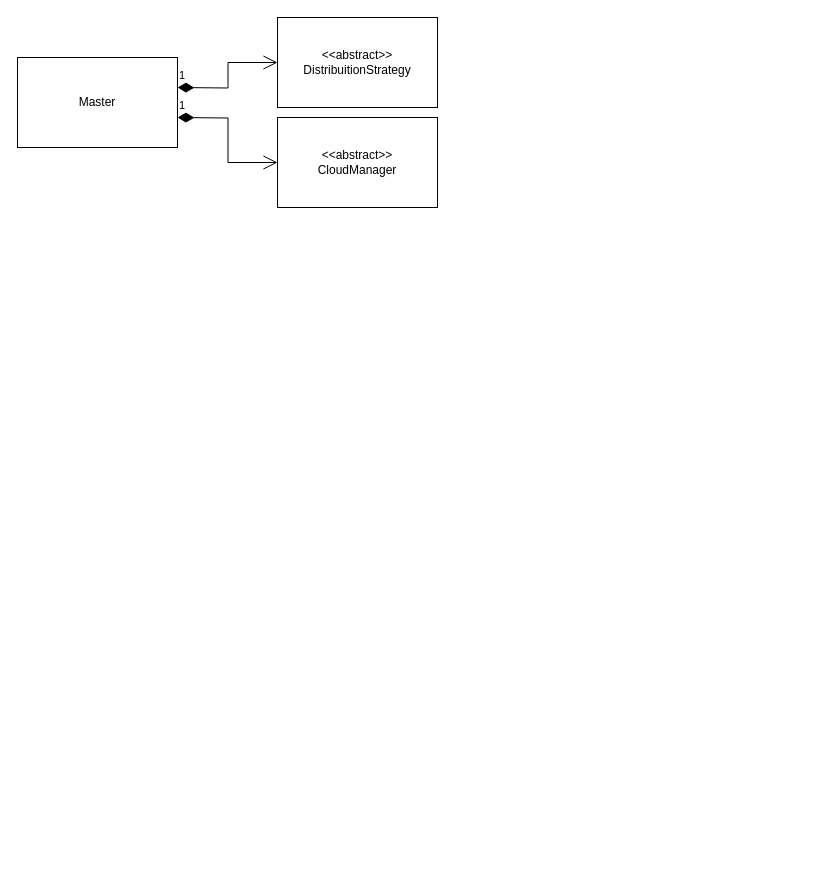
viniolvs/mwfaas keeps this draw.io diagram as docs/mwfaas.drawio. Above is the earlier version. Source tidied: cells renumbered, new cells numbered last; positions are measured from the earlier drawing's top-left corner, leaving out a move shared by most shapes. Both pictures are drawn from the tidied source at 100%, with x=0, y=0 at pixel (17, 17).
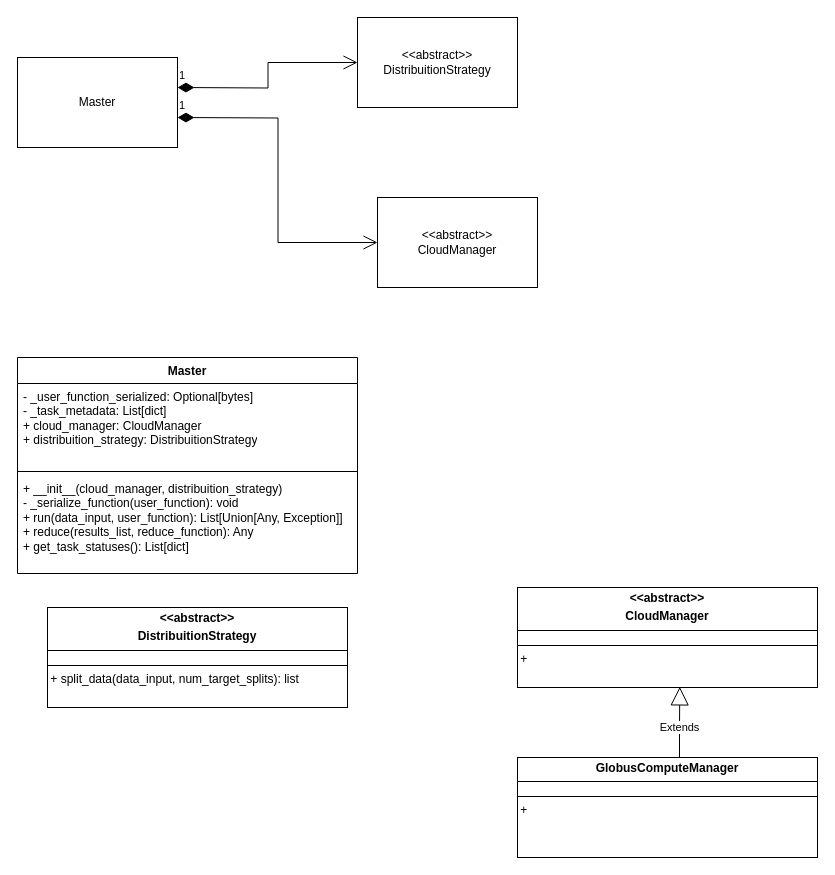
The same diagram, later.

Change to the diagram source:
```diff
@@
 <mxGraphModel>
   <root>
     <mxCell id="0" />
     <mxCell id="1" parent="0" />
     <mxCell id="2" value="Master" style="html=1;whiteSpace=wrap;" parent="1" vertex="1">
       <mxGeometry y="40" width="160" height="90" as="geometry" />
     </mxCell>
     <mxCell id="3" value="&amp;lt;&amp;lt;abstract&amp;gt;&amp;gt;&lt;br&gt;DistribuitionStrategy" style="html=1;whiteSpace=wrap;" parent="1" vertex="1">
-      <mxGeometry x="260" width="160" height="90" as="geometry" />
+      <mxGeometry x="340" width="160" height="90" as="geometry" />
     </mxCell>
     <mxCell id="4" value="&amp;lt;&amp;lt;abstract&amp;gt;&amp;gt;&lt;br&gt;CloudManager" style="html=1;whiteSpace=wrap;" parent="1" vertex="1">
-      <mxGeometry x="260" y="100" width="160" height="90" as="geometry" />
+      <mxGeometry x="360" y="180" width="160" height="90" as="geometry" />
     </mxCell>
     <mxCell id="5" value="1" style="endArrow=open;html=1;endSize=12;startArrow=diamondThin;startSize=14;startFill=1;edgeStyle=orthogonalEdgeStyle;align=left;verticalAlign=bottom;rounded=0;entryX=0;entryY=0.5;entryDx=0;entryDy=0;" parent="1" edge="1" target="4">
       <mxGeometry x="-1" y="3" relative="1" as="geometry">
         <mxPoint x="160" y="100" as="sourcePoint" />
       </mxGeometry>
     </mxCell>
     <mxCell id="6" value="1" style="endArrow=open;html=1;endSize=12;startArrow=diamondThin;startSize=14;startFill=1;edgeStyle=orthogonalEdgeStyle;align=left;verticalAlign=bottom;rounded=0;entryX=0;entryY=0.5;entryDx=0;entryDy=0;" parent="1" edge="1" target="3">
       <mxGeometry x="-1" y="3" relative="1" as="geometry">
         <mxPoint x="160" y="70" as="sourcePoint" />
       </mxGeometry>
     </mxCell>
+    <mxCell id="7" value="Master" style="swimlane;fontStyle=1;align=center;verticalAlign=top;horizontal=1;startSize=26;whiteSpace=wrap;html=1;" parent="1" vertex="1">
+      <mxGeometry y="340" width="340" height="216" as="geometry" />
+    </mxCell>
+    <mxCell id="8" value="- _user_function_serialized: Optional[bytes]&lt;div&gt;- _task_metadata: List[dict]&lt;/div&gt;&lt;div&gt;+ cloud_manager: CloudManager&lt;/div&gt;&lt;div&gt;+ distribuition_strategy: DistribuitionStrategy&lt;/div&gt;" style="text;strokeColor=none;fillColor=none;align=left;verticalAlign=top;spacingLeft=4;spacingRight=4;overflow=hidden;whiteSpace=wrap;html=1;" parent="7" vertex="1">
+      <mxGeometry y="26" width="340" height="84" as="geometry" />
+    </mxCell>
+    <mxCell id="9" style="line;strokeWidth=1;fillColor=none;align=left;verticalAlign=middle;spacingTop=-1;spacingLeft=3;spacingRight=3;labelPosition=right;strokeColor=inherit;" parent="7" vertex="1">
+      <mxGeometry y="110" width="340" height="8" as="geometry" />
+    </mxCell>
+    <mxCell id="10" value="+ __init__(cloud_manager, distribuition_strategy)&lt;div&gt;- _serialize_function(user_function): void&lt;/div&gt;&lt;div&gt;+ run(data_input, user_function): List[Union[Any, Exception]]&lt;/div&gt;&lt;div&gt;+ reduce(results_list, reduce_function): Any&lt;/div&gt;&lt;div&gt;+ get_task_statuses(): List[dict]&lt;/div&gt;" style="text;strokeColor=none;fillColor=none;align=left;verticalAlign=top;spacingLeft=4;spacingRight=4;overflow=hidden;whiteSpace=wrap;html=1;" parent="7" vertex="1">
+      <mxGeometry y="118" width="340" height="98" as="geometry" />
+    </mxCell>
+    <mxCell id="11" value="&lt;p style=&quot;margin:0px;margin-top:4px;text-align:center;&quot;&gt;&lt;b&gt;&amp;lt;&amp;lt;abstract&amp;gt;&amp;gt;&lt;/b&gt;&lt;/p&gt;&lt;p style=&quot;margin:0px;margin-top:4px;text-align:center;&quot;&gt;&lt;b&gt;DistribuitionStrategy&lt;/b&gt;&lt;/p&gt;&lt;hr size=&quot;1&quot; style=&quot;border-style:solid;&quot;&gt;&lt;div style=&quot;height:2px;&quot;&gt;&lt;/div&gt;&lt;hr size=&quot;1&quot; style=&quot;border-style:solid;&quot;&gt;&lt;div style=&quot;height:2px;&quot;&gt;&amp;nbsp;+ split_data(data_input, num_target_splits): list&lt;span style=&quot;white-space: pre;&quot;&gt;&#9;&lt;/span&gt;&amp;nbsp;&lt;/div&gt;" style="verticalAlign=top;align=left;overflow=fill;html=1;whiteSpace=wrap;" parent="1" vertex="1">
+      <mxGeometry x="30" y="590" width="300" height="100" as="geometry" />
+    </mxCell>
+    <mxCell id="12" value="&lt;p style=&quot;margin:0px;margin-top:4px;text-align:center;&quot;&gt;&lt;b&gt;&amp;lt;&amp;lt;abstract&amp;gt;&amp;gt;&lt;/b&gt;&lt;/p&gt;&lt;p style=&quot;margin:0px;margin-top:4px;text-align:center;&quot;&gt;&lt;b&gt;CloudManager&lt;/b&gt;&lt;/p&gt;&lt;hr size=&quot;1&quot; style=&quot;border-style:solid;&quot;&gt;&lt;div style=&quot;height:2px;&quot;&gt;&lt;/div&gt;&lt;hr size=&quot;1&quot; style=&quot;border-style:solid;&quot;&gt;&lt;div style=&quot;height:2px;&quot;&gt;&amp;nbsp;+&lt;span style=&quot;white-space: pre;&quot;&gt;&#9;&lt;/span&gt;&amp;nbsp;&lt;/div&gt;" style="verticalAlign=top;align=left;overflow=fill;html=1;whiteSpace=wrap;" parent="1" vertex="1">
+      <mxGeometry x="500" y="570" width="300" height="100" as="geometry" />
+    </mxCell>
+    <mxCell id="13" value="&lt;p style=&quot;margin:0px;margin-top:4px;text-align:center;&quot;&gt;&lt;b style=&quot;background-color: transparent; color: light-dark(rgb(0, 0, 0), rgb(255, 255, 255));&quot;&gt;GlobusComputeManager&lt;/b&gt;&lt;/p&gt;&lt;hr size=&quot;1&quot; style=&quot;border-style:solid;&quot;&gt;&lt;div style=&quot;height:2px;&quot;&gt;&lt;/div&gt;&lt;hr size=&quot;1&quot; style=&quot;border-style:solid;&quot;&gt;&lt;div style=&quot;height:2px;&quot;&gt;&amp;nbsp;+ &lt;span style=&quot;white-space: pre;&quot;&gt;&#9;&lt;/span&gt;&amp;nbsp;&lt;/div&gt;" style="verticalAlign=top;align=left;overflow=fill;html=1;whiteSpace=wrap;" parent="1" vertex="1">
+      <mxGeometry x="500" y="740" width="300" height="100" as="geometry" />
+    </mxCell>
+    <mxCell id="14" value="Extends" style="endArrow=block;endSize=16;endFill=0;html=1;rounded=0;entryX=0.541;entryY=0.994;entryDx=0;entryDy=0;entryPerimeter=0;exitX=0.54;exitY=-0.001;exitDx=0;exitDy=0;exitPerimeter=0;" parent="1" edge="1" source="13" target="12">
+      <mxGeometry x="-0.14" relative="1" as="geometry">
+        <Array as="points">
+          <mxPoint x="662" y="710" />
+        </Array>
+      </mxGeometry>
+    </mxCell>
   </root>
 </mxGraphModel>
```
